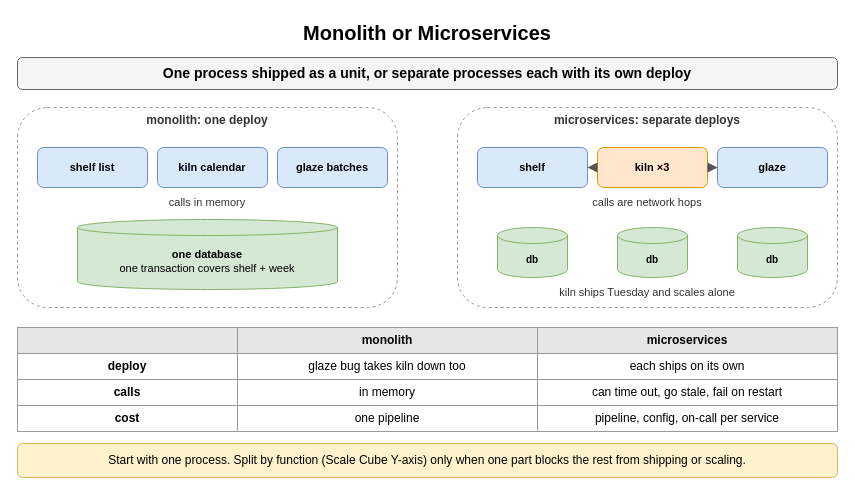
Above: page "Monolith or Microservices" (1 of 9) of content/09_System_Design_Interview/12_Microservices_and_System_Decomposition/diagrams/microservices.drawio in amendez13/swe-study-guide (draw.io), before the change. Source tidied: cells renumbered, new cells numbered last; positions are measured from the earlier drawing's top-left corner, leaving out a move shared by most shapes. Both pictures are drawn from the tidied source at 100%, with x=0, y=0 at pixel (17, 17).
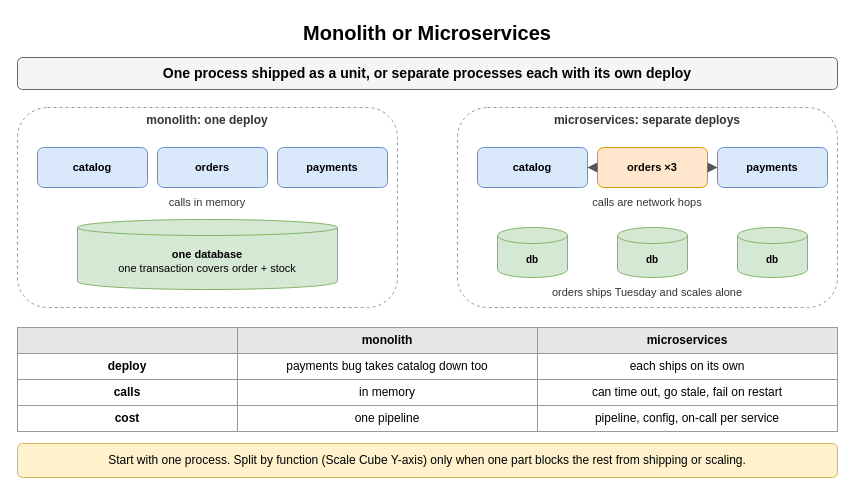
The same diagram, later.

Diff of the diagram source:
```diff
@@
-    <mxCell id="6" value="shelf list" style="rounded=1;whiteSpace=wrap;html=1;fillColor=#dae8fc;strokeColor=#6c8ebf;fontSize=11;align=center;fontStyle=1;" parent="1" vertex="1">
+    <mxCell id="6" value="catalog" style="rounded=1;whiteSpace=wrap;html=1;fillColor=#dae8fc;strokeColor=#6c8ebf;fontSize=11;align=center;fontStyle=1;" parent="1" vertex="1">
       <mxGeometry x="20" y="130" width="110" height="40" as="geometry" />
     </mxCell>
-    <mxCell id="7" value="kiln calendar" style="rounded=1;whiteSpace=wrap;html=1;fillColor=#dae8fc;strokeColor=#6c8ebf;fontSize=11;align=center;fontStyle=1;" parent="1" vertex="1">
+    <mxCell id="7" value="orders" style="rounded=1;whiteSpace=wrap;html=1;fillColor=#dae8fc;strokeColor=#6c8ebf;fontSize=11;align=center;fontStyle=1;" parent="1" vertex="1">
       <mxGeometry x="140" y="130" width="110" height="40" as="geometry" />
     </mxCell>
-    <mxCell id="8" value="glaze batches" style="rounded=1;whiteSpace=wrap;html=1;fillColor=#dae8fc;strokeColor=#6c8ebf;fontSize=11;align=center;fontStyle=1;" parent="1" vertex="1">
+    <mxCell id="8" value="payments" style="rounded=1;whiteSpace=wrap;html=1;fillColor=#dae8fc;strokeColor=#6c8ebf;fontSize=11;align=center;fontStyle=1;" parent="1" vertex="1">
       <mxGeometry x="260" y="130" width="110" height="40" as="geometry" />
     </mxCell>
@@
-    <mxCell id="10" value="one database&lt;br&gt;&lt;span style='font-weight:normal'&gt;one transaction covers shelf + week&lt;/span&gt;" style="shape=cylinder3;whiteSpace=wrap;html=1;boundedLbl=1;backgroundOutline=1;size=8;fillColor=#d5e8d4;strokeColor=#82b366;fontStyle=1;fontSize=11;" parent="1" vertex="1">
+    <mxCell id="10" value="one database&lt;br&gt;&lt;span style='font-weight:normal'&gt;one transaction covers order + stock&lt;/span&gt;" style="shape=cylinder3;whiteSpace=wrap;html=1;boundedLbl=1;backgroundOutline=1;size=8;fillColor=#d5e8d4;strokeColor=#82b366;fontStyle=1;fontSize=11;" parent="1" vertex="1">
       <mxGeometry x="60" y="202" width="260" height="70" as="geometry" />
     </mxCell>
@@
-    <mxCell id="13" value="shelf" style="rounded=1;whiteSpace=wrap;html=1;fillColor=#dae8fc;strokeColor=#6c8ebf;fontSize=11;align=center;fontStyle=1;" parent="1" vertex="1">
+    <mxCell id="13" value="catalog" style="rounded=1;whiteSpace=wrap;html=1;fillColor=#dae8fc;strokeColor=#6c8ebf;fontSize=11;align=center;fontStyle=1;" parent="1" vertex="1">
       <mxGeometry x="460" y="130" width="110" height="40" as="geometry" />
     </mxCell>
-    <mxCell id="14" value="kiln ×3" style="rounded=1;whiteSpace=wrap;html=1;fillColor=#ffe6cc;strokeColor=#d79b00;fontSize=11;align=center;fontStyle=1;" parent="1" vertex="1">
+    <mxCell id="14" value="orders ×3" style="rounded=1;whiteSpace=wrap;html=1;fillColor=#ffe6cc;strokeColor=#d79b00;fontSize=11;align=center;fontStyle=1;" parent="1" vertex="1">
       <mxGeometry x="580" y="130" width="110" height="40" as="geometry" />
     </mxCell>
-    <mxCell id="15" value="glaze" style="rounded=1;whiteSpace=wrap;html=1;fillColor=#dae8fc;strokeColor=#6c8ebf;fontSize=11;align=center;fontStyle=1;" parent="1" vertex="1">
+    <mxCell id="15" value="payments" style="rounded=1;whiteSpace=wrap;html=1;fillColor=#dae8fc;strokeColor=#6c8ebf;fontSize=11;align=center;fontStyle=1;" parent="1" vertex="1">
       <mxGeometry x="700" y="130" width="110" height="40" as="geometry" />
     </mxCell>
@@
-    <mxCell id="22" value="kiln ships Tuesday and scales alone" style="text;html=1;whiteSpace=wrap;fontSize=11;align=center;verticalAlign=middle;fontSize=11;fontColor=#333333;" parent="1" vertex="1">
+    <mxCell id="22" value="orders ships Tuesday and scales alone" style="text;html=1;whiteSpace=wrap;fontSize=11;align=center;verticalAlign=middle;fontSize=11;fontColor=#333333;" parent="1" vertex="1">
       <mxGeometry x="460" y="266" width="340" height="18" as="geometry" />
     </mxCell>
@@
-    <mxCell id="27" value="glaze bug takes kiln down too" style="whiteSpace=wrap;html=1;strokeColor=#999999;fontSize=12;fillColor=#ffffff;" parent="1" vertex="1">
+    <mxCell id="27" value="payments bug takes catalog down too" style="whiteSpace=wrap;html=1;strokeColor=#999999;fontSize=12;fillColor=#ffffff;" parent="1" vertex="1">
       <mxGeometry x="220" y="336" width="300" height="26" as="geometry" />
     </mxCell>
```
